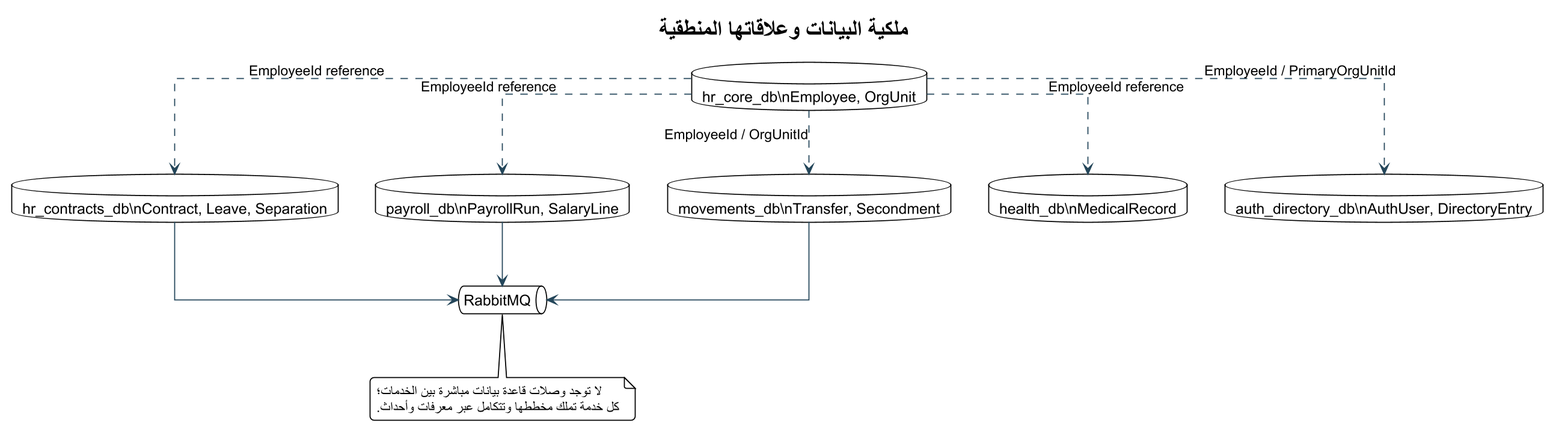
Before: docs/thesis_diagrams/rendered/25_data_ownership.png, a diagram exported from PlantUML (omardefdev/HRManagement). The source it was exported from:
```plantuml
@startuml
!theme plain
skinparam backgroundColor #FFFFFF
skinparam defaultFontName Arial
skinparam shadowing false
skinparam roundcorner 8
skinparam linetype ortho
skinparam dpi 170
skinparam ArrowColor #24465A
skinparam ActorBorderColor #0F6B73
skinparam ActorBackgroundColor #E6F3F3
skinparam UsecaseBorderColor #0F6B73
skinparam UsecaseBackgroundColor #F4FAFA
skinparam RectangleBorderColor #24465A
skinparam RectangleBackgroundColor #F8FBFC
skinparam ComponentBorderColor #24465A
skinparam ComponentBackgroundColor #F4F7F8
skinparam ClassBorderColor #24465A
skinparam ClassBackgroundColor #F8FBFC
skinparam SequenceLifeLineBorderColor #78909C
skinparam SequenceParticipantBorderColor #24465A
skinparam SequenceParticipantBackgroundColor #F4F7F8

title ملكية البيانات وعلاقاتها المنطقية
database "hr_core_db\\nEmployee, OrgUnit" as CoreDb
database "hr_contracts_db\\nContract, Leave, Separation" as ContractDb
database "payroll_db\\nPayrollRun, SalaryLine" as PayDb
database "movements_db\\nTransfer, Secondment" as MoveDb
database "health_db\\nMedicalRecord" as HealthDb
database "auth_directory_db\\nAuthUser, DirectoryEntry" as AuthDb
queue "RabbitMQ" as Bus
CoreDb ..> ContractDb : EmployeeId reference
CoreDb ..> PayDb : EmployeeId reference
CoreDb ..> MoveDb : EmployeeId / OrgUnitId
CoreDb ..> HealthDb : EmployeeId reference
CoreDb ..> AuthDb : EmployeeId / PrimaryOrgUnitId
ContractDb --> Bus
MoveDb --> Bus
PayDb --> Bus
note bottom
لا توجد وصلات قاعدة بيانات مباشرة بين الخدمات؛
كل خدمة تملك مخططها وتتكامل عبر معرفات وأحداث.
end note
@enduml
```
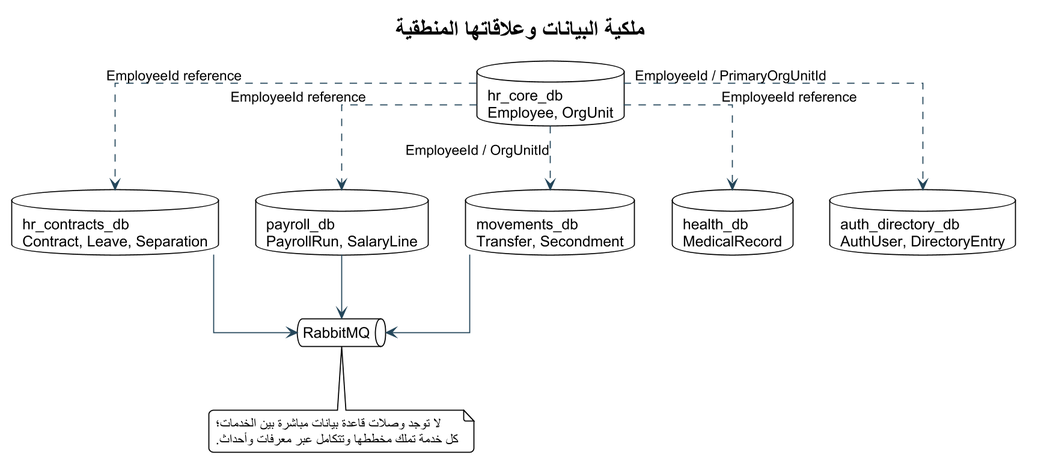
Above is the later version.

Diff of the diagram source:
```diff
@@ -22,12 +22,12 @@
 skinparam SequenceParticipantBackgroundColor #F4F7F8
 
 title ملكية البيانات وعلاقاتها المنطقية
-database "hr_core_db\\nEmployee, OrgUnit" as CoreDb
-database "hr_contracts_db\\nContract, Leave, Separation" as ContractDb
-database "payroll_db\\nPayrollRun, SalaryLine" as PayDb
-database "movements_db\\nTransfer, Secondment" as MoveDb
-database "health_db\\nMedicalRecord" as HealthDb
-database "auth_directory_db\\nAuthUser, DirectoryEntry" as AuthDb
+database "hr_core_db\nEmployee, OrgUnit" as CoreDb
+database "hr_contracts_db\nContract, Leave, Separation" as ContractDb
+database "payroll_db\nPayrollRun, SalaryLine" as PayDb
+database "movements_db\nTransfer, Secondment" as MoveDb
+database "health_db\nMedicalRecord" as HealthDb
+database "auth_directory_db\nAuthUser, DirectoryEntry" as AuthDb
 queue "RabbitMQ" as Bus
 CoreDb ..> ContractDb : EmployeeId reference
 CoreDb ..> PayDb : EmployeeId reference
```
